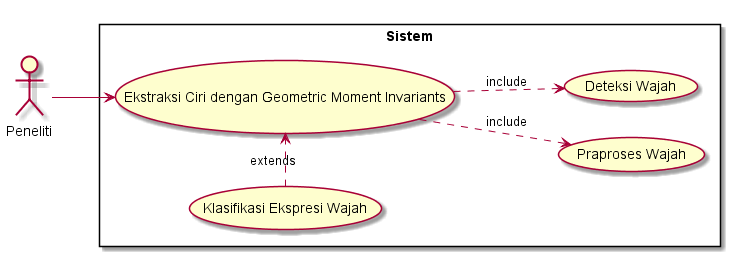
This is diagram/usecase.png from ayulestari10/gmisvm, a PlantUML export, as it was before one commit.
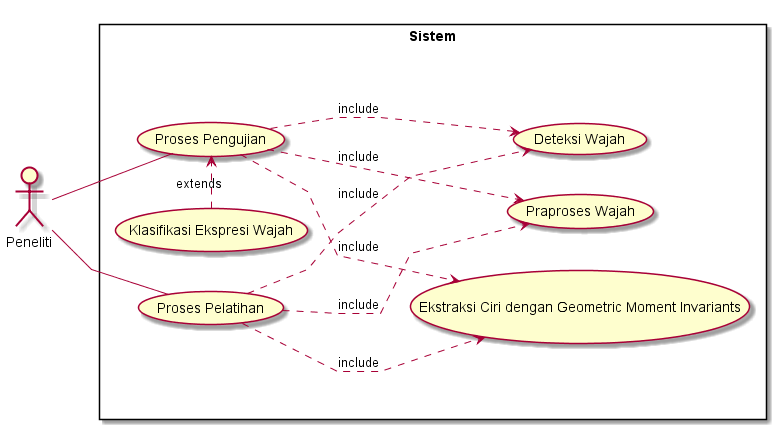
The same diagram one commit later.

Diff of the diagram source:
```diff
@@ -1,14 +1,23 @@
 @startuml
-
 left to right direction
 skinparam packageStyle rectangle
+skinparam linetype polyline
 actor Peneliti
 
 rectangle Sistem {
-	(Klasifikasi Ekspresi Wajah) .> (Ekstraksi Ciri dengan Geometric Moment Invariants) : extends
-	Peneliti --> (Ekstraksi Ciri dengan Geometric Moment Invariants)
-	(Ekstraksi Ciri dengan Geometric Moment Invariants) ..> (Praproses Wajah) : include
-	(Ekstraksi Ciri dengan Geometric Moment Invariants) ..> (Deteksi Wajah) : include
+	Peneliti -- (Proses Pelatihan)
+	Peneliti -- (Proses Pengujian)
+
+
+	(Proses Pelatihan) ..> (Ekstraksi Ciri dengan Geometric Moment Invariants) : include
+	(Proses Pelatihan) ..> (Praproses Wajah) : include
+	(Proses Pelatihan) ..> (Deteksi Wajah) : include
+
+
+ 	(Klasifikasi Ekspresi Wajah) .> (Proses Pengujian) : extends
+	(Proses Pengujian) ..> (Ekstraksi Ciri dengan Geometric Moment Invariants) : include
+	(Proses Pengujian) ..> (Praproses Wajah) : include
+	(Proses Pengujian) ..> (Deteksi Wajah) : include
 }
 
 @enduml
```
